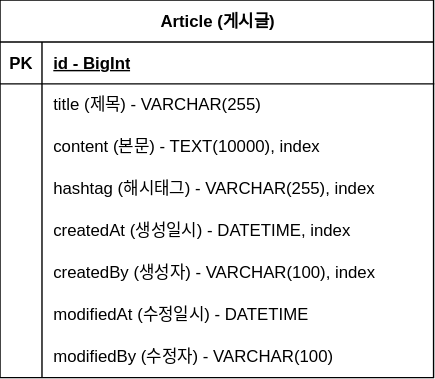
This is document/erd.svg from arrilab/practice-board, a draw.io export, as it was before one commit. Source tidied: cells renumbered, new cells last; positions are measured from the earlier drawing's top-left corner, leaving out a move shared by most shapes.
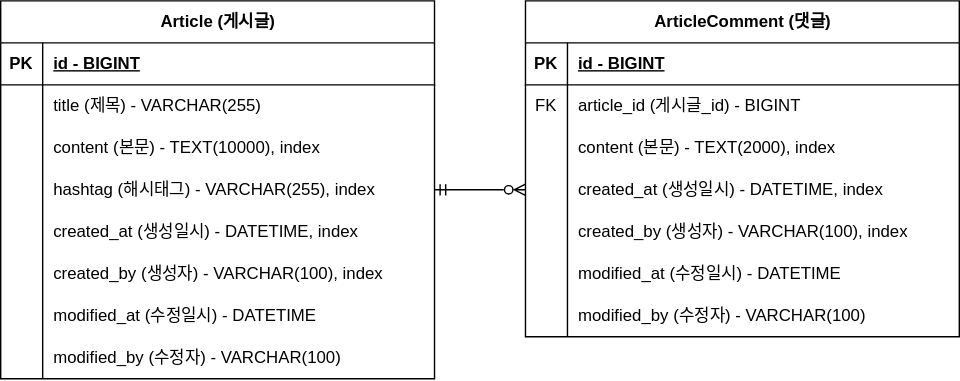
Later version of the same file.

What changed in the source:
```diff
@@ -11,7 +11,7 @@
     <mxCell id="4" value="PK" style="shape=partialRectangle;fillColor=none;top=0;left=0;bottom=0;right=0;fontStyle=1;overflow=hidden;whiteSpace=wrap;html=1;" parent="3" vertex="1">
       <mxGeometry width="30" height="30" as="geometry" />
     </mxCell>
-    <mxCell id="5" value="id - BigInt" style="shape=partialRectangle;fillColor=none;top=0;left=0;bottom=0;right=0;align=left;spacingLeft=6;fontStyle=5;overflow=hidden;whiteSpace=wrap;html=1;" parent="3" vertex="1">
+    <mxCell id="5" value="id -&amp;nbsp;BIGINT" style="shape=partialRectangle;fillColor=none;top=0;left=0;bottom=0;right=0;align=left;spacingLeft=6;fontStyle=5;overflow=hidden;whiteSpace=wrap;html=1;" parent="3" vertex="1">
       <mxGeometry x="30" width="280" height="30" as="geometry" />
     </mxCell>
     <mxCell id="6" style="shape=tableRow;horizontal=0;startSize=0;swimlaneHead=0;swimlaneBody=0;fillColor=none;top=0;left=0;right=0;bottom=0;" parent="2" vertex="1">
@@ -47,7 +47,7 @@
     <mxCell id="16" style="shape=partialRectangle;fillColor=none;top=0;left=0;bottom=0;right=0;overflow=hidden;whiteSpace=wrap;html=1;" parent="15" vertex="1">
       <mxGeometry width="30" height="30" as="geometry" />
     </mxCell>
-    <mxCell id="17" value="createdAt (생성일시) - DATETIME, index" style="shape=partialRectangle;fillColor=none;top=0;left=0;bottom=0;right=0;align=left;spacingLeft=6;overflow=hidden;whiteSpace=wrap;html=1;" parent="15" vertex="1">
+    <mxCell id="17" value="created_at (생성일시) - DATETIME, index" style="shape=partialRectangle;fillColor=none;top=0;left=0;bottom=0;right=0;align=left;spacingLeft=6;overflow=hidden;whiteSpace=wrap;html=1;" parent="15" vertex="1">
       <mxGeometry x="30" width="280" height="30" as="geometry" />
     </mxCell>
     <mxCell id="18" style="shape=tableRow;horizontal=0;startSize=0;swimlaneHead=0;swimlaneBody=0;fillColor=none;top=0;left=0;right=0;bottom=0;" parent="2" vertex="1">
@@ -56,7 +56,7 @@
     <mxCell id="19" style="shape=partialRectangle;fillColor=none;top=0;left=0;bottom=0;right=0;overflow=hidden;whiteSpace=wrap;html=1;" parent="18" vertex="1">
       <mxGeometry width="30" height="30" as="geometry" />
     </mxCell>
-    <mxCell id="20" value="createdBy (생성자) - VARCHAR(100), index" style="shape=partialRectangle;fillColor=none;top=0;left=0;bottom=0;right=0;align=left;spacingLeft=6;overflow=hidden;whiteSpace=wrap;html=1;" parent="18" vertex="1">
+    <mxCell id="20" value="created_by (생성자) - VARCHAR(100), index" style="shape=partialRectangle;fillColor=none;top=0;left=0;bottom=0;right=0;align=left;spacingLeft=6;overflow=hidden;whiteSpace=wrap;html=1;" parent="18" vertex="1">
       <mxGeometry x="30" width="280" height="30" as="geometry" />
     </mxCell>
     <mxCell id="21" style="shape=tableRow;horizontal=0;startSize=0;swimlaneHead=0;swimlaneBody=0;fillColor=none;top=0;left=0;right=0;bottom=0;" parent="2" vertex="1">
@@ -65,7 +65,7 @@
     <mxCell id="22" style="shape=partialRectangle;fillColor=none;top=0;left=0;bottom=0;right=0;overflow=hidden;whiteSpace=wrap;html=1;" parent="21" vertex="1">
       <mxGeometry width="30" height="30" as="geometry" />
     </mxCell>
-    <mxCell id="23" value="modifiedAt (수정일시) - DATETIME" style="shape=partialRectangle;fillColor=none;top=0;left=0;bottom=0;right=0;align=left;spacingLeft=6;overflow=hidden;whiteSpace=wrap;html=1;" parent="21" vertex="1">
+    <mxCell id="23" value="modified_at (수정일시) - DATETIME" style="shape=partialRectangle;fillColor=none;top=0;left=0;bottom=0;right=0;align=left;spacingLeft=6;overflow=hidden;whiteSpace=wrap;html=1;" parent="21" vertex="1">
       <mxGeometry x="30" width="280" height="30" as="geometry" />
     </mxCell>
     <mxCell id="24" style="shape=tableRow;horizontal=0;startSize=0;swimlaneHead=0;swimlaneBody=0;fillColor=none;top=0;left=0;right=0;bottom=0;" parent="2" vertex="1">
@@ -74,8 +74,82 @@
     <mxCell id="25" style="shape=partialRectangle;fillColor=none;top=0;left=0;bottom=0;right=0;overflow=hidden;whiteSpace=wrap;html=1;" parent="24" vertex="1">
       <mxGeometry width="30" height="30" as="geometry" />
     </mxCell>
-    <mxCell id="26" value="modifiedBy (수정자) - VARCHAR(100)" style="shape=partialRectangle;fillColor=none;top=0;left=0;bottom=0;right=0;align=left;spacingLeft=6;overflow=hidden;whiteSpace=wrap;html=1;" parent="24" vertex="1">
+    <mxCell id="26" value="modified_by (수정자) - VARCHAR(100)" style="shape=partialRectangle;fillColor=none;top=0;left=0;bottom=0;right=0;align=left;spacingLeft=6;overflow=hidden;whiteSpace=wrap;html=1;" parent="24" vertex="1">
       <mxGeometry x="30" width="280" height="30" as="geometry" />
     </mxCell>
+    <mxCell id="27" value="ArticleComment (댓글)" style="shape=table;startSize=30;rowLines=0;fontStyle=1;align=center;html=1;" parent="1" vertex="1">
+      <mxGeometry x="375" width="310" height="240" as="geometry" />
+    </mxCell>
+    <mxCell id="28" style="shape=tableRow;horizontal=0;startSize=0;swimlaneHead=0;swimlaneBody=0;fillColor=none;top=0;left=0;right=0;bottom=1;" parent="27" vertex="1">
+      <mxGeometry y="30" width="310" height="30" as="geometry" />
+    </mxCell>
+    <mxCell id="29" value="PK" style="shape=partialRectangle;fillColor=none;top=0;left=0;bottom=0;right=0;fontStyle=1;overflow=hidden;whiteSpace=wrap;html=1;" parent="28" vertex="1">
+      <mxGeometry width="30" height="30" as="geometry" />
+    </mxCell>
+    <mxCell id="30" value="id -&amp;nbsp;BIGINT" style="shape=partialRectangle;fillColor=none;top=0;left=0;bottom=0;right=0;align=left;spacingLeft=6;fontStyle=5;overflow=hidden;whiteSpace=wrap;html=1;" parent="28" vertex="1">
+      <mxGeometry x="30" width="280" height="30" as="geometry" />
+    </mxCell>
+    <mxCell id="31" style="shape=tableRow;horizontal=0;startSize=0;swimlaneHead=0;swimlaneBody=0;fillColor=none;top=0;left=0;right=0;bottom=0;" parent="27" vertex="1">
+      <mxGeometry y="60" width="310" height="30" as="geometry" />
+    </mxCell>
+    <mxCell id="32" value="FK" style="shape=partialRectangle;fillColor=none;top=0;left=0;bottom=0;right=0;overflow=hidden;whiteSpace=wrap;html=1;" parent="31" vertex="1">
+      <mxGeometry width="30" height="30" as="geometry" />
+    </mxCell>
+    <mxCell id="33" value="article_id (게시글_id) - BIGINT" style="shape=partialRectangle;fillColor=none;top=0;left=0;bottom=0;right=0;align=left;spacingLeft=6;overflow=hidden;whiteSpace=wrap;html=1;strokeColor=default;noLabel=0;" parent="31" vertex="1">
+      <mxGeometry x="30" width="280" height="30" as="geometry" />
+    </mxCell>
+    <mxCell id="34" style="shape=tableRow;horizontal=0;startSize=0;swimlaneHead=0;swimlaneBody=0;fillColor=none;top=0;left=0;right=0;bottom=0;" parent="27" vertex="1">
+      <mxGeometry y="90" width="310" height="30" as="geometry" />
+    </mxCell>
+    <mxCell id="35" style="shape=partialRectangle;fillColor=none;top=0;left=0;bottom=0;right=0;overflow=hidden;whiteSpace=wrap;html=1;" parent="34" vertex="1">
+      <mxGeometry width="30" height="30" as="geometry" />
+    </mxCell>
+    <mxCell id="36" value="content (본문) - TEXT(2000), index" style="shape=partialRectangle;fillColor=none;top=0;left=0;bottom=0;right=0;align=left;spacingLeft=6;overflow=hidden;whiteSpace=wrap;html=1;" parent="34" vertex="1">
+      <mxGeometry x="30" width="280" height="30" as="geometry" />
+    </mxCell>
+    <mxCell id="37" style="shape=tableRow;horizontal=0;startSize=0;swimlaneHead=0;swimlaneBody=0;fillColor=none;points=[[0,0.5],[1,0.5]];portConstraint=eastwest;top=0;left=0;right=0;bottom=0;" parent="27" vertex="1">
+      <mxGeometry y="120" width="310" height="30" as="geometry" />
+    </mxCell>
+    <mxCell id="38" style="shape=partialRectangle;fillColor=none;top=0;left=0;bottom=0;right=0;overflow=hidden;whiteSpace=wrap;html=1;" parent="37" vertex="1">
+      <mxGeometry width="30" height="30" as="geometry" />
+    </mxCell>
+    <mxCell id="39" value="created_at (생성일시) - DATETIME, index" style="shape=partialRectangle;fillColor=none;top=0;left=0;bottom=0;right=0;align=left;spacingLeft=6;overflow=hidden;whiteSpace=wrap;html=1;" parent="37" vertex="1">
+      <mxGeometry x="30" width="280" height="30" as="geometry" />
+    </mxCell>
+    <mxCell id="40" style="shape=tableRow;horizontal=0;startSize=0;swimlaneHead=0;swimlaneBody=0;fillColor=none;top=0;left=0;right=0;bottom=0;" parent="27" vertex="1">
+      <mxGeometry y="150" width="310" height="30" as="geometry" />
+    </mxCell>
+    <mxCell id="41" style="shape=partialRectangle;fillColor=none;top=0;left=0;bottom=0;right=0;overflow=hidden;whiteSpace=wrap;html=1;" parent="40" vertex="1">
+      <mxGeometry width="30" height="30" as="geometry" />
+    </mxCell>
+    <mxCell id="42" value="created_by (생성자) - VARCHAR(100), index" style="shape=partialRectangle;fillColor=none;top=0;left=0;bottom=0;right=0;align=left;spacingLeft=6;overflow=hidden;whiteSpace=wrap;html=1;" parent="40" vertex="1">
+      <mxGeometry x="30" width="280" height="30" as="geometry" />
+    </mxCell>
+    <mxCell id="43" style="shape=tableRow;horizontal=0;startSize=0;swimlaneHead=0;swimlaneBody=0;fillColor=none;top=0;left=0;right=0;bottom=0;" parent="27" vertex="1">
+      <mxGeometry y="180" width="310" height="30" as="geometry" />
+    </mxCell>
+    <mxCell id="44" style="shape=partialRectangle;fillColor=none;top=0;left=0;bottom=0;right=0;overflow=hidden;whiteSpace=wrap;html=1;" parent="43" vertex="1">
+      <mxGeometry width="30" height="30" as="geometry" />
+    </mxCell>
+    <mxCell id="45" value="modified_at (수정일시) - DATETIME" style="shape=partialRectangle;fillColor=none;top=0;left=0;bottom=0;right=0;align=left;spacingLeft=6;overflow=hidden;whiteSpace=wrap;html=1;" parent="43" vertex="1">
+      <mxGeometry x="30" width="280" height="30" as="geometry" />
+    </mxCell>
+    <mxCell id="46" style="shape=tableRow;horizontal=0;startSize=0;swimlaneHead=0;swimlaneBody=0;fillColor=none;top=0;left=0;right=0;bottom=0;" parent="27" vertex="1">
+      <mxGeometry y="210" width="310" height="30" as="geometry" />
+    </mxCell>
+    <mxCell id="47" style="shape=partialRectangle;fillColor=none;top=0;left=0;bottom=0;right=0;overflow=hidden;whiteSpace=wrap;html=1;" parent="46" vertex="1">
+      <mxGeometry width="30" height="30" as="geometry" />
+    </mxCell>
+    <mxCell id="48" value="modified_by (수정자) - VARCHAR(100)" style="shape=partialRectangle;fillColor=none;top=0;left=0;bottom=0;right=0;align=left;spacingLeft=6;overflow=hidden;whiteSpace=wrap;html=1;" parent="46" vertex="1">
+      <mxGeometry x="30" width="280" height="30" as="geometry" />
+    </mxCell>
+    <mxCell id="49" style="edgeStyle=orthogonalEdgeStyle;rounded=0;jettySize=auto;html=1;exitX=1;exitY=0.5;exitDx=0;exitDy=0;entryX=0;entryY=0.5;entryDx=0;entryDy=0;endArrow=ERzeroToMany;endFill=0;startArrow=ERmandOne;startFill=0;" parent="1" edge="1" source="12" target="37">
+      <mxGeometry relative="1" as="geometry">
+        <Array as="points">
+          <mxPoint x="325" y="135" />
+          <mxPoint x="325" y="135" />
+        </Array>
+      </mxGeometry>
+    </mxCell>
   </root>
 </mxGraphModel>
```
